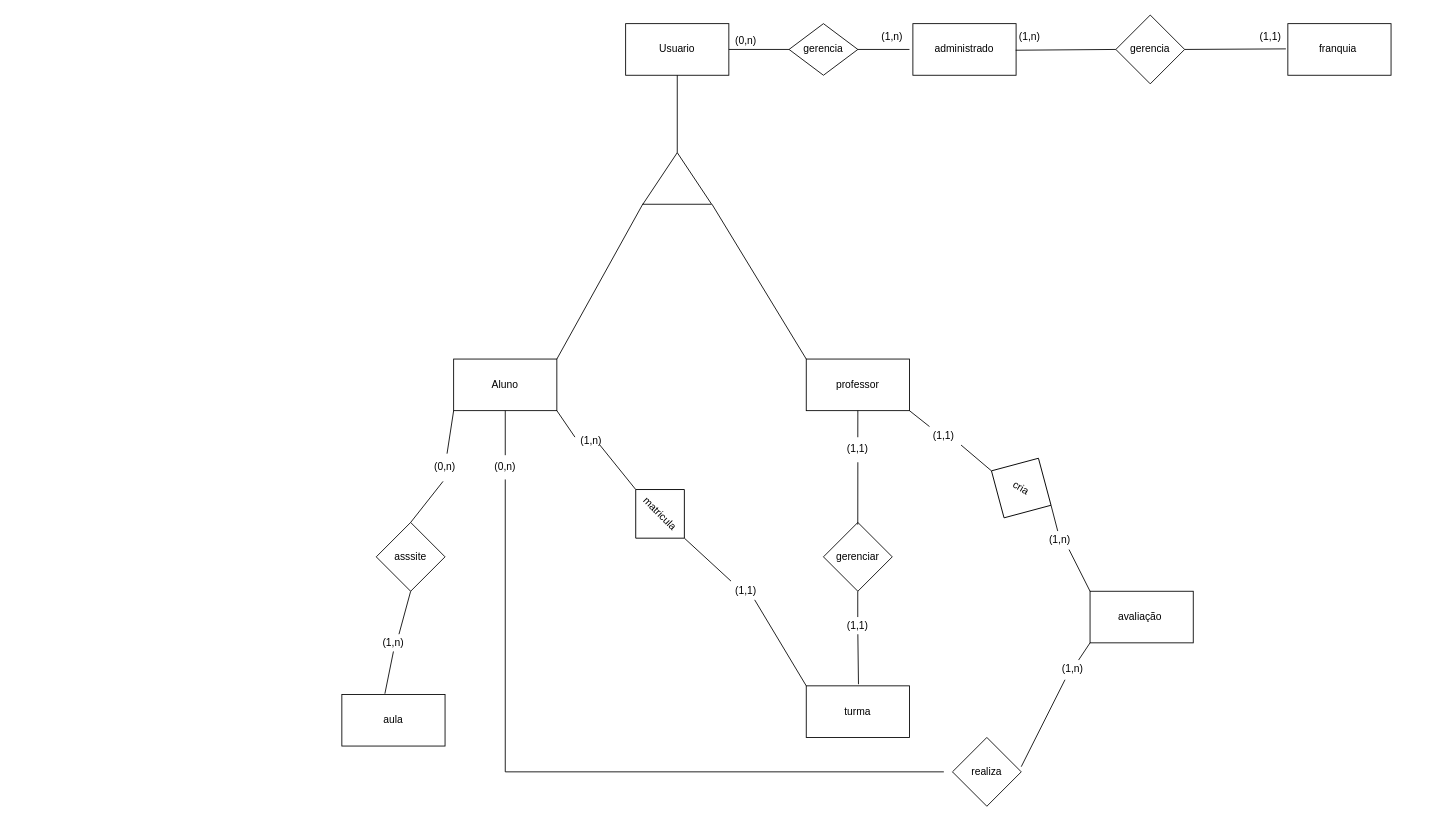
Wal221/ProjetoWeb2 keeps this draw.io diagram as Diagrama-Banco-de-dados/DER.drawio. Above is the earlier version. Source tidied: cells renumbered, new cells numbered last; positions are measured from the earlier drawing's top-left corner, leaving out a move shared by most shapes. Both pictures are drawn from the tidied source at 86%, with x=0, y=0 at pixel (341, 15).
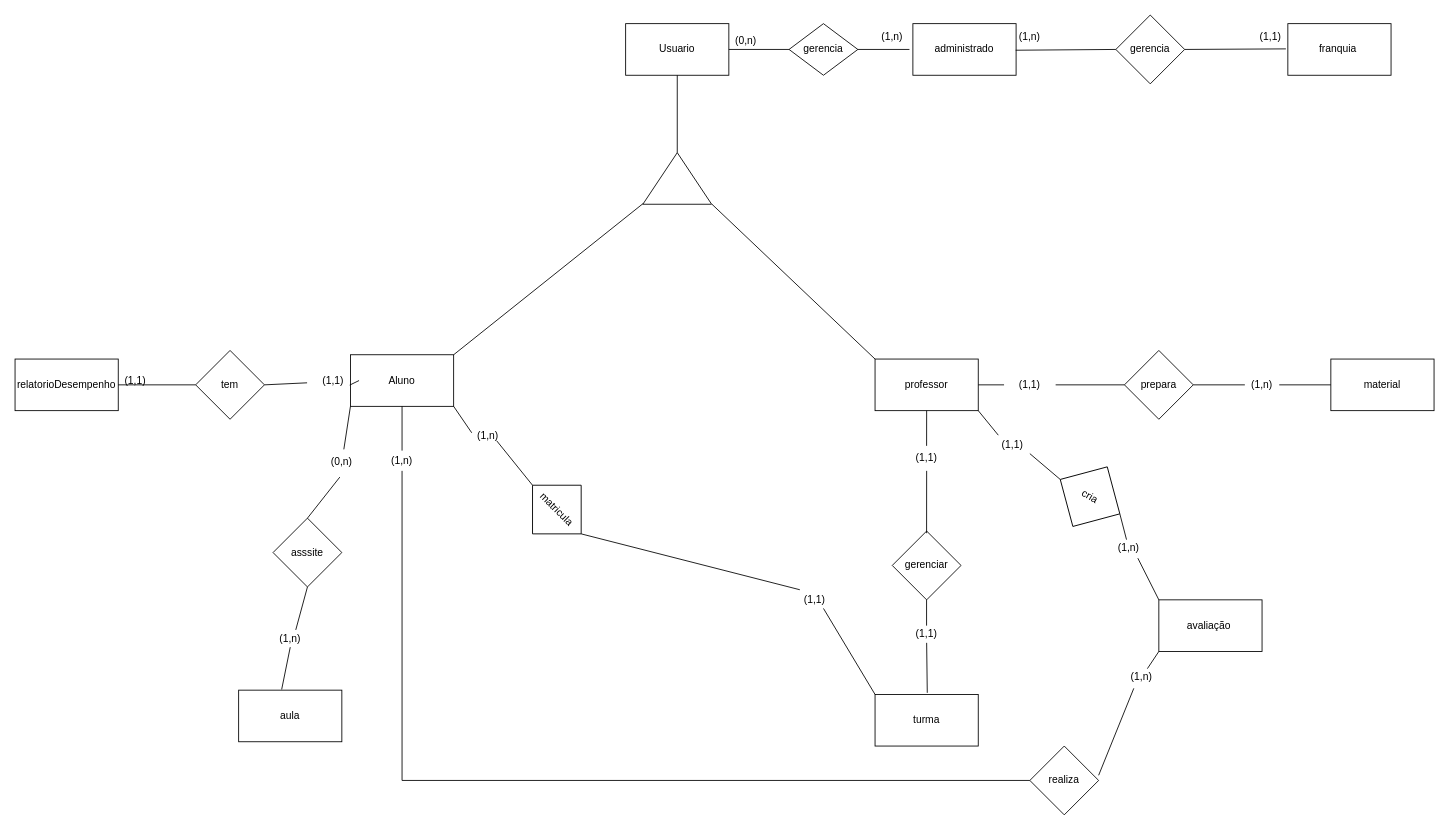
The same page after the edit.

Commit message:
atualização do DER

The change refers to these unchanged cells:
```xml
<mxCell id="10" value="gerencia" style="rhombus;whiteSpace=wrap;html=1;" parent="1" vertex="1">
  <mxGeometry x="520" y="10" width="80" height="60" as="geometry" />
</mxCell>
```

Diff of the diagram source:
```diff
@@
-    <mxCell id="11" style="endArrow=none;html=1;rounded=0;exitX=1;exitY=0.5;exitDx=0;exitDy=0;" parent="1" edge="1" source="10">
-      <mxGeometry relative="1" as="geometry">
-        <mxPoint x="660" y="40" as="targetPoint" />
-      </mxGeometry>
-    </mxCell>
+    <mxCell id="59" style="endArrow=none;html=1;rounded=0;exitX=1;exitY=0.5;exitDx=0;exitDy=0;" parent="1" edge="1" source="10">
+      <mxGeometry relative="1" as="geometry">
+        <mxPoint x="660" y="40" as="targetPoint" />
+      </mxGeometry>
+    </mxCell>
@@
     <mxCell id="16" value="Aluno" style="rounded=0;whiteSpace=wrap;html=1;" parent="1" vertex="1">
-      <mxGeometry x="130" y="400" width="120" height="60" as="geometry" />
+      <mxGeometry x="10" y="395" width="120" height="60" as="geometry" />
     </mxCell>
     <mxCell id="17" value="professor" style="rounded=0;whiteSpace=wrap;html=1;" parent="1" vertex="1">
-      <mxGeometry x="540" y="400" width="120" height="60" as="geometry" />
+      <mxGeometry x="620" y="400" width="120" height="60" as="geometry" />
     </mxCell>
@@
     <mxCell id="21" value="cria" style="rhombus;whiteSpace=wrap;html=1;rotation=30;" parent="1" vertex="1">
-      <mxGeometry x="750" y="510" width="80" height="80" as="geometry" />
+      <mxGeometry x="830" y="520" width="80" height="80" as="geometry" />
     </mxCell>
     <mxCell id="22" value="avaliação&amp;nbsp;" style="rounded=0;whiteSpace=wrap;html=1;" parent="1" vertex="1">
-      <mxGeometry x="870" y="670" width="120" height="60" as="geometry" />
+      <mxGeometry x="950" y="680" width="120" height="60" as="geometry" />
     </mxCell>
-    <mxCell id="23" style="endArrow=none;html=1;rounded=0;entryX=1;entryY=1;entryDx=0;entryDy=0;exitX=0.083;exitY=-0.074;exitDx=0;exitDy=0;exitPerimeter=0;" parent="1" edge="1" source="32" target="17">
-      <mxGeometry relative="1" as="geometry" />
-    </mxCell>
-    <mxCell id="24" style="endArrow=none;html=1;rounded=0;entryX=1;entryY=0.5;entryDx=0;entryDy=0;" parent="1" edge="1" source="30" target="21">
-      <mxGeometry relative="1" as="geometry" />
-    </mxCell>
+    <mxCell id="60" style="endArrow=none;html=1;rounded=0;entryX=1;entryY=1;entryDx=0;entryDy=0;exitX=0.083;exitY=-0.074;exitDx=0;exitDy=0;exitPerimeter=0;" parent="1" edge="1" source="67" target="17">
+      <mxGeometry relative="1" as="geometry" />
+    </mxCell>
+    <mxCell id="61" style="endArrow=none;html=1;rounded=0;entryX=1;entryY=0.5;entryDx=0;entryDy=0;" parent="1" edge="1" source="65" target="21">
+      <mxGeometry relative="1" as="geometry" />
+    </mxCell>
     <mxCell id="25" value="gerenciar" style="rhombus;whiteSpace=wrap;html=1;" parent="1" vertex="1">
-      <mxGeometry x="560" y="590" width="80" height="80" as="geometry" />
+      <mxGeometry x="640" y="600" width="80" height="80" as="geometry" />
     </mxCell>
-    <mxCell id="26" style="endArrow=none;html=1;rounded=0;exitX=0.499;exitY=0.031;exitDx=0;exitDy=0;exitPerimeter=0;entryX=0.5;entryY=1;entryDx=0;entryDy=0;" parent="1" edge="1" source="36" target="17">
-      <mxGeometry relative="1" as="geometry" />
-    </mxCell>
+    <mxCell id="62" style="endArrow=none;html=1;rounded=0;exitX=0.499;exitY=0.031;exitDx=0;exitDy=0;exitPerimeter=0;entryX=0.5;entryY=1;entryDx=0;entryDy=0;" parent="1" edge="1" source="71" target="17">
+      <mxGeometry relative="1" as="geometry" />
+    </mxCell>
     <mxCell id="27" value="turma" style="rounded=0;whiteSpace=wrap;html=1;" parent="1" vertex="1">
-      <mxGeometry x="540" y="780" width="120" height="60" as="geometry" />
+      <mxGeometry x="620" y="790" width="120" height="60" as="geometry" />
     </mxCell>
-    <mxCell id="28" style="endArrow=none;html=1;rounded=0;entryX=0.5;entryY=1;entryDx=0;entryDy=0;exitX=0.75;exitY=0;exitDx=0;exitDy=0;" parent="1" edge="1">
-      <mxGeometry relative="1" as="geometry">
-        <mxPoint x="599.9" y="700" as="sourcePoint" />
-        <mxPoint x="599.9" y="670" as="targetPoint" />
-      </mxGeometry>
-    </mxCell>
-    <mxCell id="29" style="endArrow=none;html=1;rounded=0;entryX=0.853;entryY=1.078;entryDx=0;entryDy=0;exitX=0;exitY=0;exitDx=0;exitDy=0;entryPerimeter=0;" parent="1" edge="1" source="22" target="30">
-      <mxGeometry relative="1" as="geometry" />
-    </mxCell>
-    <mxCell id="30" value="(1,n)" style="text;html=1;align=center;verticalAlign=middle;whiteSpace=wrap;rounded=0;" parent="1" vertex="1">
-      <mxGeometry x="820" y="600" width="30" height="20" as="geometry" />
-    </mxCell>
-    <mxCell id="31" style="endArrow=none;html=1;rounded=0;entryX=1;entryY=1;entryDx=0;entryDy=0;exitX=0;exitY=0.5;exitDx=0;exitDy=0;" parent="1" edge="1" source="21" target="32">
-      <mxGeometry relative="1" as="geometry" />
-    </mxCell>
-    <mxCell id="32" value="(1,1)" style="text;html=1;align=center;verticalAlign=middle;whiteSpace=wrap;rounded=0;" parent="1" vertex="1">
-      <mxGeometry x="680" y="480" width="40" height="20" as="geometry" />
-    </mxCell>
-    <mxCell id="33" style="endArrow=none;html=1;rounded=0;exitX=0.506;exitY=-0.032;exitDx=0;exitDy=0;exitPerimeter=0;entryX=0.5;entryY=1;entryDx=0;entryDy=0;" parent="1" edge="1" source="27" target="34">
-      <mxGeometry relative="1" as="geometry" />
-    </mxCell>
-    <mxCell id="34" value="(1,1)" style="text;html=1;align=center;verticalAlign=middle;whiteSpace=wrap;rounded=0;" parent="1" vertex="1">
-      <mxGeometry x="580" y="700" width="40" height="20" as="geometry" />
-    </mxCell>
-    <mxCell id="35" style="endArrow=none;html=1;rounded=0;exitX=0.499;exitY=0.031;exitDx=0;exitDy=0;exitPerimeter=0;entryX=0.5;entryY=1;entryDx=0;entryDy=0;" parent="1" edge="1" source="25" target="36">
-      <mxGeometry relative="1" as="geometry" />
-    </mxCell>
-    <mxCell id="36" value="(1,1)" style="text;html=1;align=center;verticalAlign=middle;whiteSpace=wrap;rounded=0;" parent="1" vertex="1">
-      <mxGeometry x="570" y="490" width="60" height="30" as="geometry" />
-    </mxCell>
+    <mxCell id="63" style="endArrow=none;html=1;rounded=0;entryX=0.5;entryY=1;entryDx=0;entryDy=0;exitX=0.75;exitY=0;exitDx=0;exitDy=0;" parent="1" edge="1">
+      <mxGeometry relative="1" as="geometry">
+        <mxPoint x="679.9" y="710" as="sourcePoint" />
+        <mxPoint x="679.9" y="680" as="targetPoint" />
+      </mxGeometry>
+    </mxCell>
+    <mxCell id="64" style="endArrow=none;html=1;rounded=0;entryX=0.853;entryY=1.078;entryDx=0;entryDy=0;exitX=0;exitY=0;exitDx=0;exitDy=0;entryPerimeter=0;" parent="1" edge="1" source="22" target="65">
+      <mxGeometry relative="1" as="geometry" />
+    </mxCell>
+    <mxCell id="65" value="(1,n)" style="text;html=1;align=center;verticalAlign=middle;whiteSpace=wrap;rounded=0;" parent="1" vertex="1">
+      <mxGeometry x="900" y="610" width="30" height="20" as="geometry" />
+    </mxCell>
+    <mxCell id="66" style="endArrow=none;html=1;rounded=0;entryX=1;entryY=1;entryDx=0;entryDy=0;exitX=0;exitY=0.5;exitDx=0;exitDy=0;" parent="1" edge="1" source="21" target="67">
+      <mxGeometry relative="1" as="geometry" />
+    </mxCell>
+    <mxCell id="67" value="(1,1)" style="text;html=1;align=center;verticalAlign=middle;whiteSpace=wrap;rounded=0;" parent="1" vertex="1">
+      <mxGeometry x="760" y="490" width="40" height="20" as="geometry" />
+    </mxCell>
+    <mxCell id="68" style="endArrow=none;html=1;rounded=0;exitX=0.506;exitY=-0.032;exitDx=0;exitDy=0;exitPerimeter=0;entryX=0.5;entryY=1;entryDx=0;entryDy=0;" parent="1" edge="1" source="27" target="69">
+      <mxGeometry relative="1" as="geometry" />
+    </mxCell>
+    <mxCell id="69" value="(1,1)" style="text;html=1;align=center;verticalAlign=middle;whiteSpace=wrap;rounded=0;" parent="1" vertex="1">
+      <mxGeometry x="660" y="710" width="40" height="20" as="geometry" />
+    </mxCell>
+    <mxCell id="70" style="endArrow=none;html=1;rounded=0;exitX=0.499;exitY=0.031;exitDx=0;exitDy=0;exitPerimeter=0;entryX=0.5;entryY=1;entryDx=0;entryDy=0;" parent="1" edge="1" source="25" target="71">
+      <mxGeometry relative="1" as="geometry" />
+    </mxCell>
+    <mxCell id="71" value="(1,1)" style="text;html=1;align=center;verticalAlign=middle;whiteSpace=wrap;rounded=0;" parent="1" vertex="1">
+      <mxGeometry x="650" y="500" width="60" height="30" as="geometry" />
+    </mxCell>
     <mxCell id="37" value="aula" style="rounded=0;whiteSpace=wrap;html=1;" parent="1" vertex="1">
-      <mxGeometry y="790" width="120" height="60" as="geometry" />
+      <mxGeometry x="-120" y="785" width="120" height="60" as="geometry" />
     </mxCell>
     <mxCell id="38" value="asssite" style="rhombus;whiteSpace=wrap;html=1;" parent="1" vertex="1">
-      <mxGeometry x="40" y="590" width="80" height="80" as="geometry" />
+      <mxGeometry x="-80" y="585" width="80" height="80" as="geometry" />
     </mxCell>
-    <mxCell id="39" style="endArrow=none;html=1;rounded=0;entryX=0;entryY=1;entryDx=0;entryDy=0;" parent="1" edge="1" source="44" target="16">
-      <mxGeometry relative="1" as="geometry" />
-    </mxCell>
-    <mxCell id="40" style="endArrow=none;html=1;rounded=0;entryX=0.5;entryY=1;entryDx=0;entryDy=0;exitX=0.607;exitY=-0.003;exitDx=0;exitDy=0;exitPerimeter=0;" parent="1" edge="1" source="42" target="38">
-      <mxGeometry relative="1" as="geometry" />
-    </mxCell>
-    <mxCell id="41" style="endArrow=none;html=1;rounded=0;entryX=0.5;entryY=1;entryDx=0;entryDy=0;exitX=0.417;exitY=-0.014;exitDx=0;exitDy=0;exitPerimeter=0;" parent="1" edge="1" source="37" target="42">
-      <mxGeometry relative="1" as="geometry" />
-    </mxCell>
-    <mxCell id="42" value="(1,n)" style="text;html=1;align=center;verticalAlign=middle;whiteSpace=wrap;rounded=0;" parent="1" vertex="1">
-      <mxGeometry x="30" y="720" width="60" height="20" as="geometry" />
-    </mxCell>
-    <mxCell id="43" style="endArrow=none;html=1;rounded=0;entryX=0.461;entryY=1.075;entryDx=0;entryDy=0;exitX=0.5;exitY=0;exitDx=0;exitDy=0;entryPerimeter=0;" parent="1" edge="1" source="38" target="44">
-      <mxGeometry relative="1" as="geometry" />
-    </mxCell>
-    <mxCell id="44" value="(0,n)" style="text;html=1;align=center;verticalAlign=middle;whiteSpace=wrap;rounded=0;" parent="1" vertex="1">
-      <mxGeometry x="90" y="510" width="60" height="30" as="geometry" />
-    </mxCell>
+    <mxCell id="72" style="endArrow=none;html=1;rounded=0;entryX=0;entryY=1;entryDx=0;entryDy=0;" parent="1" edge="1" source="77" target="16">
+      <mxGeometry relative="1" as="geometry" />
+    </mxCell>
+    <mxCell id="73" style="endArrow=none;html=1;rounded=0;entryX=0.5;entryY=1;entryDx=0;entryDy=0;exitX=0.607;exitY=-0.003;exitDx=0;exitDy=0;exitPerimeter=0;" parent="1" edge="1" source="75" target="38">
+      <mxGeometry relative="1" as="geometry" />
+    </mxCell>
+    <mxCell id="74" style="endArrow=none;html=1;rounded=0;entryX=0.5;entryY=1;entryDx=0;entryDy=0;exitX=0.417;exitY=-0.014;exitDx=0;exitDy=0;exitPerimeter=0;" parent="1" edge="1" source="37" target="75">
+      <mxGeometry relative="1" as="geometry" />
+    </mxCell>
+    <mxCell id="75" value="(1,n)" style="text;html=1;align=center;verticalAlign=middle;whiteSpace=wrap;rounded=0;" parent="1" vertex="1">
+      <mxGeometry x="-90" y="715" width="60" height="20" as="geometry" />
+    </mxCell>
+    <mxCell id="76" style="endArrow=none;html=1;rounded=0;entryX=0.461;entryY=1.075;entryDx=0;entryDy=0;exitX=0.5;exitY=0;exitDx=0;exitDy=0;entryPerimeter=0;" parent="1" edge="1" source="38" target="77">
+      <mxGeometry relative="1" as="geometry" />
+    </mxCell>
+    <mxCell id="77" value="(0,n)" style="text;html=1;align=center;verticalAlign=middle;whiteSpace=wrap;rounded=0;" parent="1" vertex="1">
+      <mxGeometry x="-30" y="505" width="60" height="30" as="geometry" />
+    </mxCell>
     <mxCell id="45" value="matricula" style="rhombus;whiteSpace=wrap;html=1;rotation=45;" parent="1" vertex="1">
-      <mxGeometry x="330" y="540" width="80" height="80" as="geometry" />
+      <mxGeometry x="210" y="535" width="80" height="80" as="geometry" />
     </mxCell>
-    <mxCell id="46" style="endArrow=none;html=1;rounded=0;entryX=1;entryY=1;entryDx=0;entryDy=0;exitX=0.184;exitY=0.077;exitDx=0;exitDy=0;exitPerimeter=0;" parent="1" edge="1" source="51" target="16">
-      <mxGeometry relative="1" as="geometry" />
-    </mxCell>
-    <mxCell id="47" style="endArrow=none;html=1;rounded=0;entryX=1;entryY=0.5;entryDx=0;entryDy=0;exitX=0.209;exitY=-0.088;exitDx=0;exitDy=0;exitPerimeter=0;" parent="1" edge="1" source="49" target="45">
-      <mxGeometry relative="1" as="geometry" />
-    </mxCell>
-    <mxCell id="48" style="endArrow=none;html=1;rounded=0;entryX=0.667;entryY=1;entryDx=0;entryDy=0;exitX=0;exitY=0;exitDx=0;exitDy=0;entryPerimeter=0;" parent="1" edge="1" source="27" target="49">
-      <mxGeometry relative="1" as="geometry" />
-    </mxCell>
-    <mxCell id="49" value="(1,1)" style="text;html=1;align=center;verticalAlign=middle;whiteSpace=wrap;rounded=0;" parent="1" vertex="1">
-      <mxGeometry x="440" y="660" width="60" height="20" as="geometry" />
-    </mxCell>
-    <mxCell id="50" style="endArrow=none;html=1;rounded=0;entryX=0.667;entryY=1;entryDx=0;entryDy=0;exitX=0;exitY=0.5;exitDx=0;exitDy=0;entryPerimeter=0;" parent="1" edge="1" source="45" target="51">
-      <mxGeometry relative="1" as="geometry" />
-    </mxCell>
-    <mxCell id="51" value="(1,n)" style="text;html=1;align=center;verticalAlign=middle;whiteSpace=wrap;rounded=0;" parent="1" vertex="1">
-      <mxGeometry x="260" y="490" width="60" height="10" as="geometry" />
-    </mxCell>
-    <mxCell id="52" style="endArrow=none;html=1;rounded=0;entryX=0.5;entryY=1;entryDx=0;entryDy=0;exitX=0.5;exitY=0.059;exitDx=0;exitDy=0;exitPerimeter=0;" parent="1" edge="1" source="58" target="16">
-      <mxGeometry relative="1" as="geometry" />
-    </mxCell>
+    <mxCell id="78" style="endArrow=none;html=1;rounded=0;entryX=1;entryY=1;entryDx=0;entryDy=0;exitX=0.184;exitY=0.077;exitDx=0;exitDy=0;exitPerimeter=0;" parent="1" edge="1" source="83" target="16">
+      <mxGeometry relative="1" as="geometry" />
+    </mxCell>
+    <mxCell id="79" style="endArrow=none;html=1;rounded=0;entryX=1;entryY=0.5;entryDx=0;entryDy=0;exitX=0.209;exitY=-0.088;exitDx=0;exitDy=0;exitPerimeter=0;" parent="1" edge="1" source="81" target="45">
+      <mxGeometry relative="1" as="geometry" />
+    </mxCell>
+    <mxCell id="80" style="endArrow=none;html=1;rounded=0;entryX=0.667;entryY=1;entryDx=0;entryDy=0;exitX=0;exitY=0;exitDx=0;exitDy=0;entryPerimeter=0;" parent="1" edge="1" source="27" target="81">
+      <mxGeometry relative="1" as="geometry" />
+    </mxCell>
+    <mxCell id="81" value="(1,1)" style="text;html=1;align=center;verticalAlign=middle;whiteSpace=wrap;rounded=0;" parent="1" vertex="1">
+      <mxGeometry x="520" y="670" width="60" height="20" as="geometry" />
+    </mxCell>
+    <mxCell id="82" style="endArrow=none;html=1;rounded=0;entryX=0.667;entryY=1;entryDx=0;entryDy=0;exitX=0;exitY=0.5;exitDx=0;exitDy=0;entryPerimeter=0;" parent="1" edge="1" source="45" target="83">
+      <mxGeometry relative="1" as="geometry" />
+    </mxCell>
+    <mxCell id="83" value="(1,n)" style="text;html=1;align=center;verticalAlign=middle;whiteSpace=wrap;rounded=0;" parent="1" vertex="1">
+      <mxGeometry x="140" y="485" width="60" height="10" as="geometry" />
+    </mxCell>
+    <mxCell id="84" style="endArrow=none;html=1;rounded=0;entryX=0.5;entryY=1;entryDx=0;entryDy=0;exitX=0.5;exitY=0.059;exitDx=0;exitDy=0;exitPerimeter=0;" parent="1" edge="1" source="89" target="16">
+      <mxGeometry relative="1" as="geometry" />
+    </mxCell>
     <mxCell id="53" value="realiza" style="rhombus;whiteSpace=wrap;html=1;" parent="1" vertex="1">
-      <mxGeometry x="710" y="840" width="80" height="80" as="geometry" />
+      <mxGeometry x="800" y="850" width="80" height="80" as="geometry" />
     </mxCell>
-    <mxCell id="54" style="endArrow=none;html=1;rounded=0;entryX=0;entryY=1;entryDx=0;entryDy=0;" parent="1" edge="1" source="56" target="22">
-      <mxGeometry relative="1" as="geometry" />
-    </mxCell>
-    <mxCell id="55" style="endArrow=none;html=1;rounded=0;exitX=1;exitY=0.425;exitDx=0;exitDy=0;exitPerimeter=0;entryX=0.348;entryY=1.144;entryDx=0;entryDy=0;entryPerimeter=0;" parent="1" edge="1" source="53" target="56">
-      <mxGeometry relative="1" as="geometry" />
-    </mxCell>
-    <mxCell id="56" value="(1,n)" style="text;html=1;align=center;verticalAlign=middle;whiteSpace=wrap;rounded=0;" parent="1" vertex="1">
-      <mxGeometry x="820" y="750" width="60" height="20" as="geometry" />
-    </mxCell>
-    <mxCell id="57" style="endArrow=none;html=1;rounded=0;entryX=0.5;entryY=1;entryDx=0;entryDy=0;exitX=0;exitY=0.5;exitDx=0;exitDy=0;" parent="1" edge="1" target="58">
-      <mxGeometry relative="1" as="geometry">
-        <mxPoint x="700" y="880" as="sourcePoint" />
-        <Array as="points">
-          <mxPoint x="190" y="880" />
-        </Array>
-      </mxGeometry>
-    </mxCell>
-    <mxCell id="58" value="(0,n)" style="text;html=1;align=center;verticalAlign=middle;whiteSpace=wrap;rounded=0;" parent="1" vertex="1">
-      <mxGeometry x="160" y="510" width="60" height="30" as="geometry" />
-    </mxCell>
+    <mxCell id="85" style="endArrow=none;html=1;rounded=0;entryX=0;entryY=1;entryDx=0;entryDy=0;" parent="1" edge="1" source="87" target="22">
+      <mxGeometry relative="1" as="geometry" />
+    </mxCell>
+    <mxCell id="86" style="endArrow=none;html=1;rounded=0;exitX=1;exitY=0.425;exitDx=0;exitDy=0;exitPerimeter=0;entryX=0.348;entryY=1.144;entryDx=0;entryDy=0;entryPerimeter=0;" parent="1" edge="1" source="53" target="87">
+      <mxGeometry relative="1" as="geometry" />
+    </mxCell>
+    <mxCell id="87" value="(1,n)" style="text;html=1;align=center;verticalAlign=middle;whiteSpace=wrap;rounded=0;" parent="1" vertex="1">
+      <mxGeometry x="900" y="760" width="60" height="20" as="geometry" />
+    </mxCell>
+    <mxCell id="88" style="endArrow=none;html=1;rounded=0;entryX=0.5;entryY=1;entryDx=0;entryDy=0;exitX=0;exitY=0.5;exitDx=0;exitDy=0;" parent="1" edge="1" source="53" target="89">
+      <mxGeometry relative="1" as="geometry">
+        <Array as="points">
+          <mxPoint x="70" y="890" />
+        </Array>
+      </mxGeometry>
+    </mxCell>
+    <mxCell id="89" value="(1,n)" style="text;html=1;align=center;verticalAlign=middle;whiteSpace=wrap;rounded=0;" parent="1" vertex="1">
+      <mxGeometry x="40" y="505" width="60" height="25" as="geometry" />
+    </mxCell>
+    <mxCell id="90" value="material" style="rounded=0;whiteSpace=wrap;html=1;" parent="1" vertex="1">
+      <mxGeometry x="1150" y="400" width="120" height="60" as="geometry" />
+    </mxCell>
+    <mxCell id="91" value="prepara" style="rhombus;whiteSpace=wrap;html=1;" parent="1" vertex="1">
+      <mxGeometry x="910" y="390" width="80" height="80" as="geometry" />
+    </mxCell>
+    <mxCell id="92" style="endArrow=none;html=1;rounded=0;exitX=1;exitY=0.5;exitDx=0;exitDy=0;entryX=0;entryY=0.5;entryDx=0;entryDy=0;" parent="1" edge="1" source="97" target="91">
+      <mxGeometry relative="1" as="geometry" />
+    </mxCell>
+    <mxCell id="93" style="endArrow=none;html=1;rounded=0;exitX=1;exitY=0.5;exitDx=0;exitDy=0;entryX=0;entryY=0.5;entryDx=0;entryDy=0;" parent="1" edge="1" source="95" target="90">
+      <mxGeometry relative="1" as="geometry" />
+    </mxCell>
+    <mxCell id="94" style="endArrow=none;html=1;rounded=0;exitX=1;exitY=0.5;exitDx=0;exitDy=0;entryX=0;entryY=0.5;entryDx=0;entryDy=0;" parent="1" edge="1" source="91" target="95">
+      <mxGeometry relative="1" as="geometry" />
+    </mxCell>
+    <mxCell id="95" value="(1,n)" style="text;html=1;align=center;verticalAlign=middle;whiteSpace=wrap;rounded=0;" parent="1" vertex="1">
+      <mxGeometry x="1050" y="420" width="40" height="20" as="geometry" />
+    </mxCell>
+    <mxCell id="96" style="endArrow=none;html=1;rounded=0;exitX=1;exitY=0.5;exitDx=0;exitDy=0;entryX=0;entryY=0.5;entryDx=0;entryDy=0;" parent="1" edge="1" source="17" target="97">
+      <mxGeometry relative="1" as="geometry" />
+    </mxCell>
+    <mxCell id="97" value="(1,1)" style="text;html=1;align=center;verticalAlign=middle;whiteSpace=wrap;rounded=0;" parent="1" vertex="1">
+      <mxGeometry x="770" y="415" width="60" height="30" as="geometry" />
+    </mxCell>
+    <mxCell id="98" value="tem" style="rhombus;whiteSpace=wrap;html=1;" parent="1" vertex="1">
+      <mxGeometry x="-170" y="390" width="80" height="80" as="geometry" />
+    </mxCell>
+    <mxCell id="99" value="relatorioDesempenho" style="rounded=0;whiteSpace=wrap;html=1;" parent="1" vertex="1">
+      <mxGeometry x="-380" y="400" width="120" height="60" as="geometry" />
+    </mxCell>
+    <mxCell id="100" style="endArrow=none;html=1;rounded=0;exitX=1;exitY=0.5;exitDx=0;exitDy=0;entryX=-0.007;entryY=0.588;entryDx=0;entryDy=0;entryPerimeter=0;" parent="1" edge="1" source="104" target="16">
+      <mxGeometry relative="1" as="geometry" />
+    </mxCell>
+    <mxCell id="101" style="endArrow=none;html=1;rounded=0;entryX=0;entryY=0.5;entryDx=0;entryDy=0;exitX=1;exitY=0.5;exitDx=0;exitDy=0;" parent="1" edge="1" source="99" target="98">
+      <mxGeometry relative="1" as="geometry" />
+    </mxCell>
+    <mxCell id="102" value="(1,1)" style="text;html=1;align=center;verticalAlign=middle;whiteSpace=wrap;rounded=0;" parent="1" vertex="1">
+      <mxGeometry x="-270" y="410" width="60" height="30" as="geometry" />
+    </mxCell>
+    <mxCell id="103" style="endArrow=none;html=1;rounded=0;exitX=1;exitY=0.5;exitDx=0;exitDy=0;entryX=-0.007;entryY=0.588;entryDx=0;entryDy=0;entryPerimeter=0;" parent="1" edge="1" source="98" target="104">
+      <mxGeometry relative="1" as="geometry" />
+    </mxCell>
+    <mxCell id="104" value="(1,1)" style="text;html=1;align=center;verticalAlign=middle;whiteSpace=wrap;rounded=0;" parent="1" vertex="1">
+      <mxGeometry x="-40" y="410" width="60" height="30" as="geometry" />
+    </mxCell>
```
